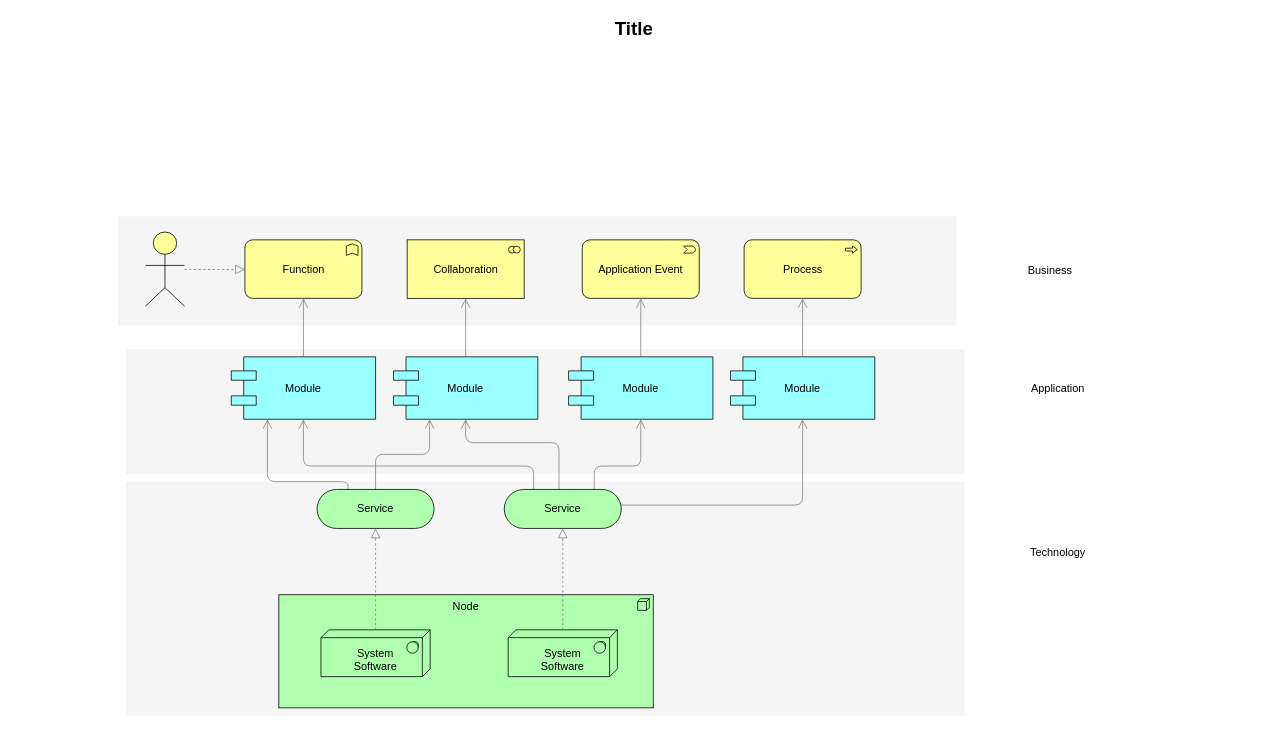
Above: diagrams/GoogleClassUseCase.drawio in vishIGOR/SchemesForRequirementsEngineering (draw.io), before the change. Source tidied: cells renumbered, new cells numbered last; positions are measured from the earlier drawing's top-left corner, leaving out a move shared by most shapes. Both pictures are drawn from the tidied source at 78%, with x=0, y=0 at pixel (13, 13).
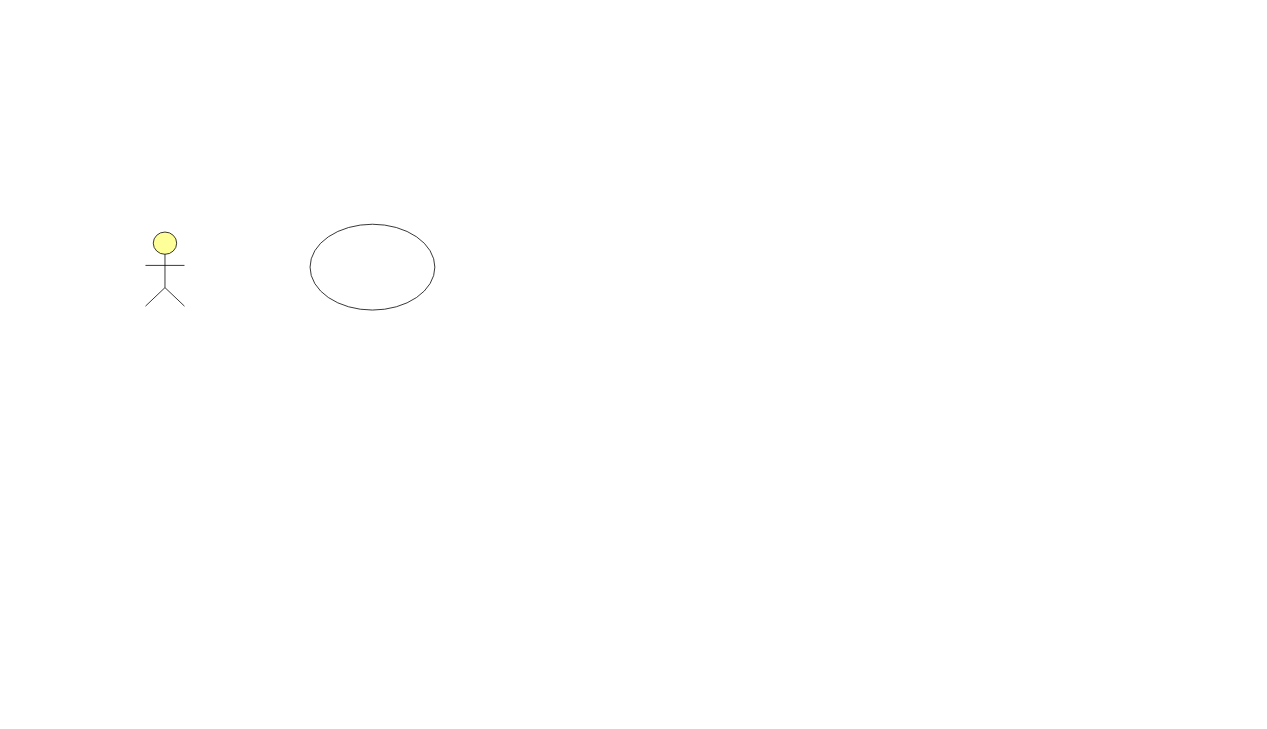
After the change.

The change refers to these unchanged cells:
```xml
<mxCell id="34" style="html=1;whiteSpace=wrap;fillColor=#ffff99;shape=mxgraph.archimate3.actor;fontSize=14;" parent="1" vertex="1">
  <mxGeometry x="169" y="280" width="50" height="95" as="geometry" />
</mxCell>
```

The edit, as a diff of the source:
```diff
@@
-    <mxCell id="2" style="whiteSpace=wrap;html=1;strokeColor=none;strokeWidth=1;fillColor=#f5f5f5;fontSize=14;" parent="1" vertex="1">
-      <mxGeometry x="144" y="600" width="1075" height="300" as="geometry" />
-    </mxCell>
-    <mxCell id="3" style="whiteSpace=wrap;html=1;strokeColor=none;strokeWidth=1;fillColor=#f5f5f5;fontSize=14;" parent="1" vertex="1">
-      <mxGeometry x="144" y="430" width="1075" height="160" as="geometry" />
-    </mxCell>
-    <mxCell id="4" style="whiteSpace=wrap;html=1;strokeColor=none;strokeWidth=1;fillColor=#f5f5f5;fontSize=14;" parent="1" vertex="1">
-      <mxGeometry x="134" y="260" width="1075" height="140" as="geometry" />
-    </mxCell>
-    <mxCell id="5" value="Node" style="html=1;whiteSpace=wrap;fillColor=#AFFFAF;shape=mxgraph.archimate3.application;appType=node;archiType=square;fontSize=14;verticalAlign=top;" parent="1" vertex="1">
-      <mxGeometry x="340" y="745" width="480" height="145" as="geometry" />
-    </mxCell>
-    <mxCell id="6" style="edgeStyle=elbowEdgeStyle;rounded=1;elbow=vertical;html=1;startSize=10;endArrow=block;endFill=0;endSize=10;jettySize=auto;strokeColor=#808080;fontSize=14;dashed=1;" parent="1" edge="1" source="7" target="12">
-      <mxGeometry relative="1" as="geometry" />
-    </mxCell>
-    <mxCell id="7" value="&lt;div&gt;&lt;br&gt;&lt;/div&gt;System&lt;div&gt;Software&lt;/div&gt;" style="html=1;whiteSpace=wrap;fillColor=#AFFFAF;shape=mxgraph.archimate3.tech;techType=sysSw;fontSize=14;" parent="1" vertex="1">
-      <mxGeometry x="394" y="790" width="140" height="60" as="geometry" />
-    </mxCell>
-    <mxCell id="8" style="edgeStyle=elbowEdgeStyle;rounded=1;elbow=vertical;html=1;startSize=10;endArrow=block;endFill=0;endSize=10;jettySize=auto;strokeColor=#808080;fontSize=14;dashed=1;" parent="1" edge="1" source="9" target="17">
-      <mxGeometry relative="1" as="geometry" />
-    </mxCell>
-    <mxCell id="9" value="&lt;div&gt;&lt;br&gt;&lt;/div&gt;&lt;div&gt;&lt;span&gt;System&lt;/span&gt;&lt;div&gt;Software&lt;/div&gt;&lt;/div&gt;" style="html=1;whiteSpace=wrap;fillColor=#AFFFAF;shape=mxgraph.archimate3.tech;techType=sysSw;fontSize=14;" parent="1" vertex="1">
-      <mxGeometry x="634" y="790" width="140" height="60" as="geometry" />
-    </mxCell>
-    <mxCell id="10" style="edgeStyle=elbowEdgeStyle;rounded=1;elbow=vertical;html=1;startSize=10;endArrow=open;endFill=0;endSize=10;jettySize=auto;strokeColor=#808080;fontSize=14;entryX=0.25;entryY=1;" parent="1" edge="1" source="12" target="21">
-      <mxGeometry relative="1" as="geometry" />
-    </mxCell>
-    <mxCell id="11" style="edgeStyle=elbowEdgeStyle;rounded=1;elbow=vertical;html=1;startSize=10;endArrow=open;endFill=0;endSize=10;jettySize=auto;strokeColor=#808080;fontSize=14;entryX=0.25;entryY=1;exitX=0.265;exitY=0.007;exitPerimeter=0;" parent="1" edge="1" source="12" target="19">
-      <mxGeometry relative="1" as="geometry">
-        <Array as="points">
-          <mxPoint x="372" y="600" />
-        </Array>
-      </mxGeometry>
-    </mxCell>
-    <mxCell id="12" value="Service" style="html=1;whiteSpace=wrap;fillColor=#AFFFAF;shape=mxgraph.archimate3.service;fontSize=14;" parent="1" vertex="1">
-      <mxGeometry x="389" y="610" width="150" height="50" as="geometry" />
-    </mxCell>
-    <mxCell id="13" style="edgeStyle=elbowEdgeStyle;rounded=1;elbow=vertical;html=1;startSize=10;endArrow=open;endFill=0;endSize=10;jettySize=auto;strokeColor=#808080;fontSize=14;" parent="1" edge="1" source="17" target="25">
-      <mxGeometry relative="1" as="geometry">
-        <Array as="points">
-          <mxPoint x="859" y="630" />
-        </Array>
-      </mxGeometry>
-    </mxCell>
-    <mxCell id="14" style="edgeStyle=elbowEdgeStyle;rounded=1;elbow=vertical;html=1;startSize=10;endArrow=open;endFill=0;endSize=10;jettySize=auto;strokeColor=#808080;fontSize=14;entryX=0.5;entryY=1;exitX=0.769;exitY=0.025;exitPerimeter=0;" parent="1" edge="1" source="17" target="23">
-      <mxGeometry relative="1" as="geometry">
-        <Array as="points">
-          <mxPoint x="759" y="580" />
-        </Array>
-      </mxGeometry>
-    </mxCell>
-    <mxCell id="15" style="edgeStyle=elbowEdgeStyle;rounded=1;elbow=vertical;html=1;startSize=10;endArrow=open;endFill=0;endSize=10;jettySize=auto;strokeColor=#808080;fontSize=14;entryX=0.5;entryY=1;exitX=0.468;exitY=0.025;exitPerimeter=0;" parent="1" edge="1" source="17" target="21">
-      <mxGeometry relative="1" as="geometry">
-        <Array as="points">
-          <mxPoint x="649" y="550" />
-        </Array>
-      </mxGeometry>
-    </mxCell>
-    <mxCell id="16" style="edgeStyle=elbowEdgeStyle;rounded=1;elbow=vertical;html=1;startSize=10;endArrow=open;endFill=0;endSize=10;jettySize=auto;strokeColor=#808080;fontSize=14;exitX=0.251;exitY=0.002;exitPerimeter=0;" parent="1" edge="1" source="17" target="19">
-      <mxGeometry relative="1" as="geometry">
-        <Array as="points">
-          <mxPoint x="539" y="580" />
-        </Array>
-      </mxGeometry>
-    </mxCell>
-    <mxCell id="17" value="Service" style="html=1;whiteSpace=wrap;fillColor=#AFFFAF;shape=mxgraph.archimate3.service;fontSize=14;" parent="1" vertex="1">
-      <mxGeometry x="629" y="610" width="150" height="50" as="geometry" />
-    </mxCell>
-    <mxCell id="18" style="edgeStyle=elbowEdgeStyle;rounded=1;elbow=vertical;html=1;startSize=10;endArrow=open;endFill=0;endSize=10;jettySize=auto;strokeColor=#808080;fontSize=14;" parent="1" edge="1" source="19" target="26">
-      <mxGeometry relative="1" as="geometry" />
-    </mxCell>
-    <mxCell id="19" value="Module" style="shape=component;align=center;fillColor=#99ffff;gradientColor=none;fontSize=14;" parent="1" vertex="1">
-      <mxGeometry x="279" y="440" width="185" height="80" as="geometry" />
-    </mxCell>
-    <mxCell id="20" style="edgeStyle=elbowEdgeStyle;rounded=1;elbow=vertical;html=1;startSize=10;endArrow=open;endFill=0;endSize=10;jettySize=auto;strokeColor=#808080;fontSize=14;" parent="1" edge="1" source="21" target="27">
-      <mxGeometry relative="1" as="geometry" />
-    </mxCell>
-    <mxCell id="21" value="Module" style="shape=component;align=center;fillColor=#99ffff;gradientColor=none;fontSize=14;" parent="1" vertex="1">
-      <mxGeometry x="487" y="440" width="185" height="80" as="geometry" />
-    </mxCell>
-    <mxCell id="22" style="edgeStyle=elbowEdgeStyle;rounded=1;elbow=vertical;html=1;startSize=10;endArrow=open;endFill=0;endSize=10;jettySize=auto;strokeColor=#808080;fontSize=14;" parent="1" edge="1" source="23" target="28">
-      <mxGeometry relative="1" as="geometry" />
-    </mxCell>
-    <mxCell id="23" value="Module" style="shape=component;align=center;fillColor=#99ffff;gradientColor=none;fontSize=14;" parent="1" vertex="1">
-      <mxGeometry x="711.5" y="440" width="185" height="80" as="geometry" />
-    </mxCell>
-    <mxCell id="24" style="edgeStyle=elbowEdgeStyle;rounded=1;elbow=vertical;html=1;startSize=10;endArrow=open;endFill=0;endSize=10;jettySize=auto;strokeColor=#808080;fontSize=14;" parent="1" edge="1" source="25" target="29">
-      <mxGeometry relative="1" as="geometry" />
-    </mxCell>
-    <mxCell id="25" value="Module" style="shape=component;align=center;fillColor=#99ffff;gradientColor=none;fontSize=14;" parent="1" vertex="1">
-      <mxGeometry x="919" y="440" width="185" height="80" as="geometry" />
-    </mxCell>
-    <mxCell id="26" value="Function" style="html=1;whiteSpace=wrap;fillColor=#ffff99;shape=mxgraph.archimate3.application;appType=func;archiType=rounded;fontSize=14;" parent="1" vertex="1">
-      <mxGeometry x="296.5" y="290" width="150" height="75" as="geometry" />
-    </mxCell>
-    <mxCell id="27" value="Collaboration" style="html=1;whiteSpace=wrap;fillColor=#ffff99;shape=mxgraph.archimate3.application;appType=collab;archiType=square;fontSize=14;" parent="1" vertex="1">
-      <mxGeometry x="504.5" y="290" width="150" height="75" as="geometry" />
-    </mxCell>
-    <mxCell id="28" value="Application Event" style="html=1;whiteSpace=wrap;fillColor=#ffff99;shape=mxgraph.archimate3.application;appType=event;archiType=rounded;fontSize=14;" parent="1" vertex="1">
-      <mxGeometry x="729" y="290" width="150" height="75" as="geometry" />
-    </mxCell>
-    <mxCell id="29" value="Process" style="html=1;whiteSpace=wrap;fillColor=#ffff99;shape=mxgraph.archimate3.application;appType=proc;archiType=rounded;fontSize=14;" parent="1" vertex="1">
-      <mxGeometry x="936.5" y="290" width="150" height="75" as="geometry" />
-    </mxCell>
-    <mxCell id="30" value="Technology" style="text;html=1;strokeColor=none;fillColor=none;align=center;verticalAlign=middle;whiteSpace=wrap;fontSize=14;" parent="1" vertex="1">
-      <mxGeometry x="1219" y="681" width="240" height="20" as="geometry" />
-    </mxCell>
-    <mxCell id="31" value="Application" style="text;html=1;strokeColor=none;fillColor=none;align=center;verticalAlign=middle;whiteSpace=wrap;fontSize=14;" parent="1" vertex="1">
-      <mxGeometry x="1219" y="471" width="240" height="20" as="geometry" />
-    </mxCell>
-    <mxCell id="32" value="Business" style="text;html=1;strokeColor=none;fillColor=none;align=center;verticalAlign=middle;whiteSpace=wrap;fontSize=14;" parent="1" vertex="1">
-      <mxGeometry x="1209" y="319" width="240" height="20" as="geometry" />
-    </mxCell>
-    <mxCell id="33" style="edgeStyle=elbowEdgeStyle;rounded=1;elbow=vertical;html=1;dashed=1;startSize=10;endArrow=block;endFill=0;endSize=10;jettySize=auto;strokeColor=#808080;fontSize=14;" parent="1" edge="1" source="34" target="26">
-      <mxGeometry relative="1" as="geometry" />
-    </mxCell>
@@
-    <mxCell id="35" value="Title" style="text;strokeColor=none;fillColor=none;html=1;fontSize=24;fontStyle=1;verticalAlign=middle;align=center;" parent="1" vertex="1">
-      <mxGeometry width="1590" height="40" as="geometry" />
-    </mxCell>
+    <mxCell id="36" style="ellipse;whiteSpace=wrap;html=1;" parent="1" vertex="1">
+      <mxGeometry x="380" y="270" width="160" height="110" as="geometry" />
+    </mxCell>
```
